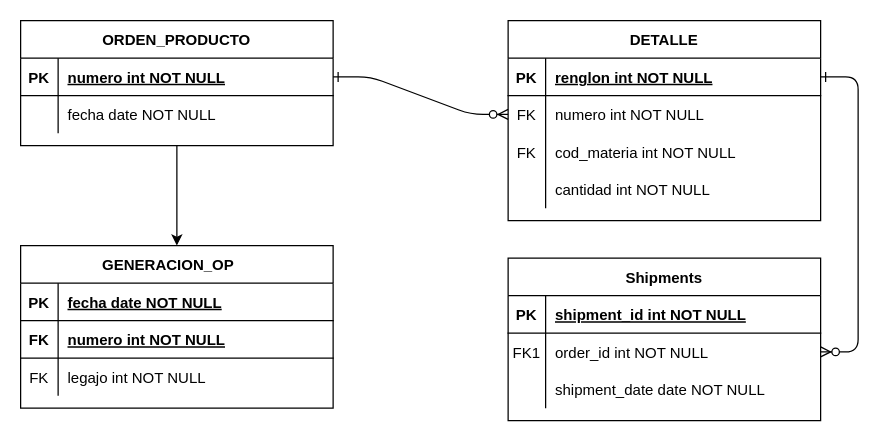
phoenix1179/BD keeps this draw.io diagram as bd parcial 1.drawio. Above is the earlier version. Source tidied: cells renumbered, new cells numbered last; positions are measured from the earlier drawing's top-left corner, leaving out a move shared by most shapes. Both pictures are drawn from the tidied source at 125%, with x=0, y=0 at pixel (20, 20).
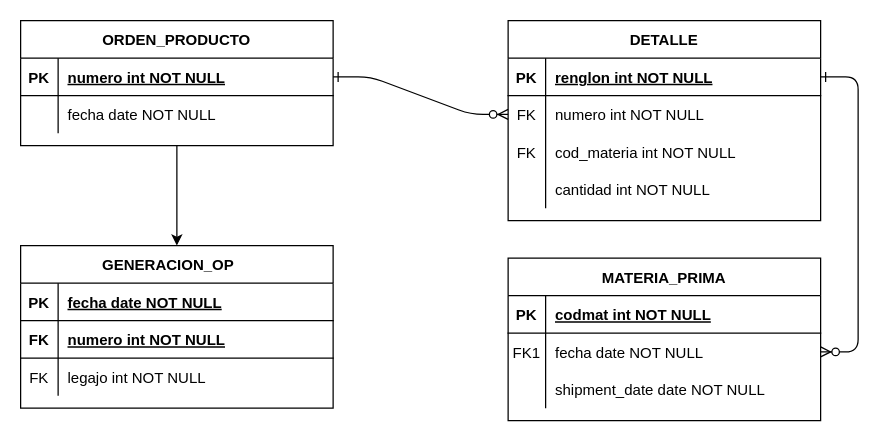
The same diagram, later.

The change refers to these unchanged cells:
```xml
<mxCell id="18" style="shape=partialRectangle;fillColor=none;top=0;left=0;right=0;bottom=1;" parent="17" vertex="1">
  <mxGeometry y="30" width="250" height="30" as="geometry" />
</mxCell>
<mxCell id="21" style="shape=partialRectangle;fillColor=none;points=[[0,0.5],[1,0.5]];portConstraint=eastwest;top=0;left=0;right=0;bottom=0;" parent="17" vertex="1">
  <mxGeometry y="60" width="250" height="30" as="geometry" />
</mxCell>
```

What changed in the source:
```diff
@@
-    <mxCell id="17" value="Shipments" style="shape=table;startSize=30;childLayout=tableLayout;rowLines=0;fontStyle=1;align=center;" parent="1" vertex="1">
+    <mxCell id="17" value="MATERIA_PRIMA" style="shape=table;startSize=30;childLayout=tableLayout;rowLines=0;fontStyle=1;align=center;" parent="1" vertex="1">
       <mxGeometry x="390" y="190" width="250" height="130" as="geometry" />
     </mxCell>
@@
-    <mxCell id="20" value="shipment_id int NOT NULL " style="shape=partialRectangle;overflow=hidden;fillColor=none;top=0;left=0;bottom=0;right=0;align=left;spacingLeft=6;fontStyle=5;" parent="18" vertex="1">
+    <mxCell id="20" value="codmat int NOT NULL " style="shape=partialRectangle;overflow=hidden;fillColor=none;top=0;left=0;bottom=0;right=0;align=left;spacingLeft=6;fontStyle=5;" parent="18" vertex="1">
       <mxGeometry x="30" width="220" height="30" as="geometry" />
     </mxCell>
@@
-    <mxCell id="23" value="order_id int NOT NULL" style="shape=partialRectangle;overflow=hidden;fillColor=none;top=0;left=0;bottom=0;right=0;align=left;spacingLeft=6;" parent="21" vertex="1">
+    <mxCell id="23" value="fecha date NOT NULL" style="shape=partialRectangle;overflow=hidden;fillColor=none;top=0;left=0;bottom=0;right=0;align=left;spacingLeft=6;" parent="21" vertex="1">
       <mxGeometry x="30" width="220" height="30" as="geometry" />
     </mxCell>
```
